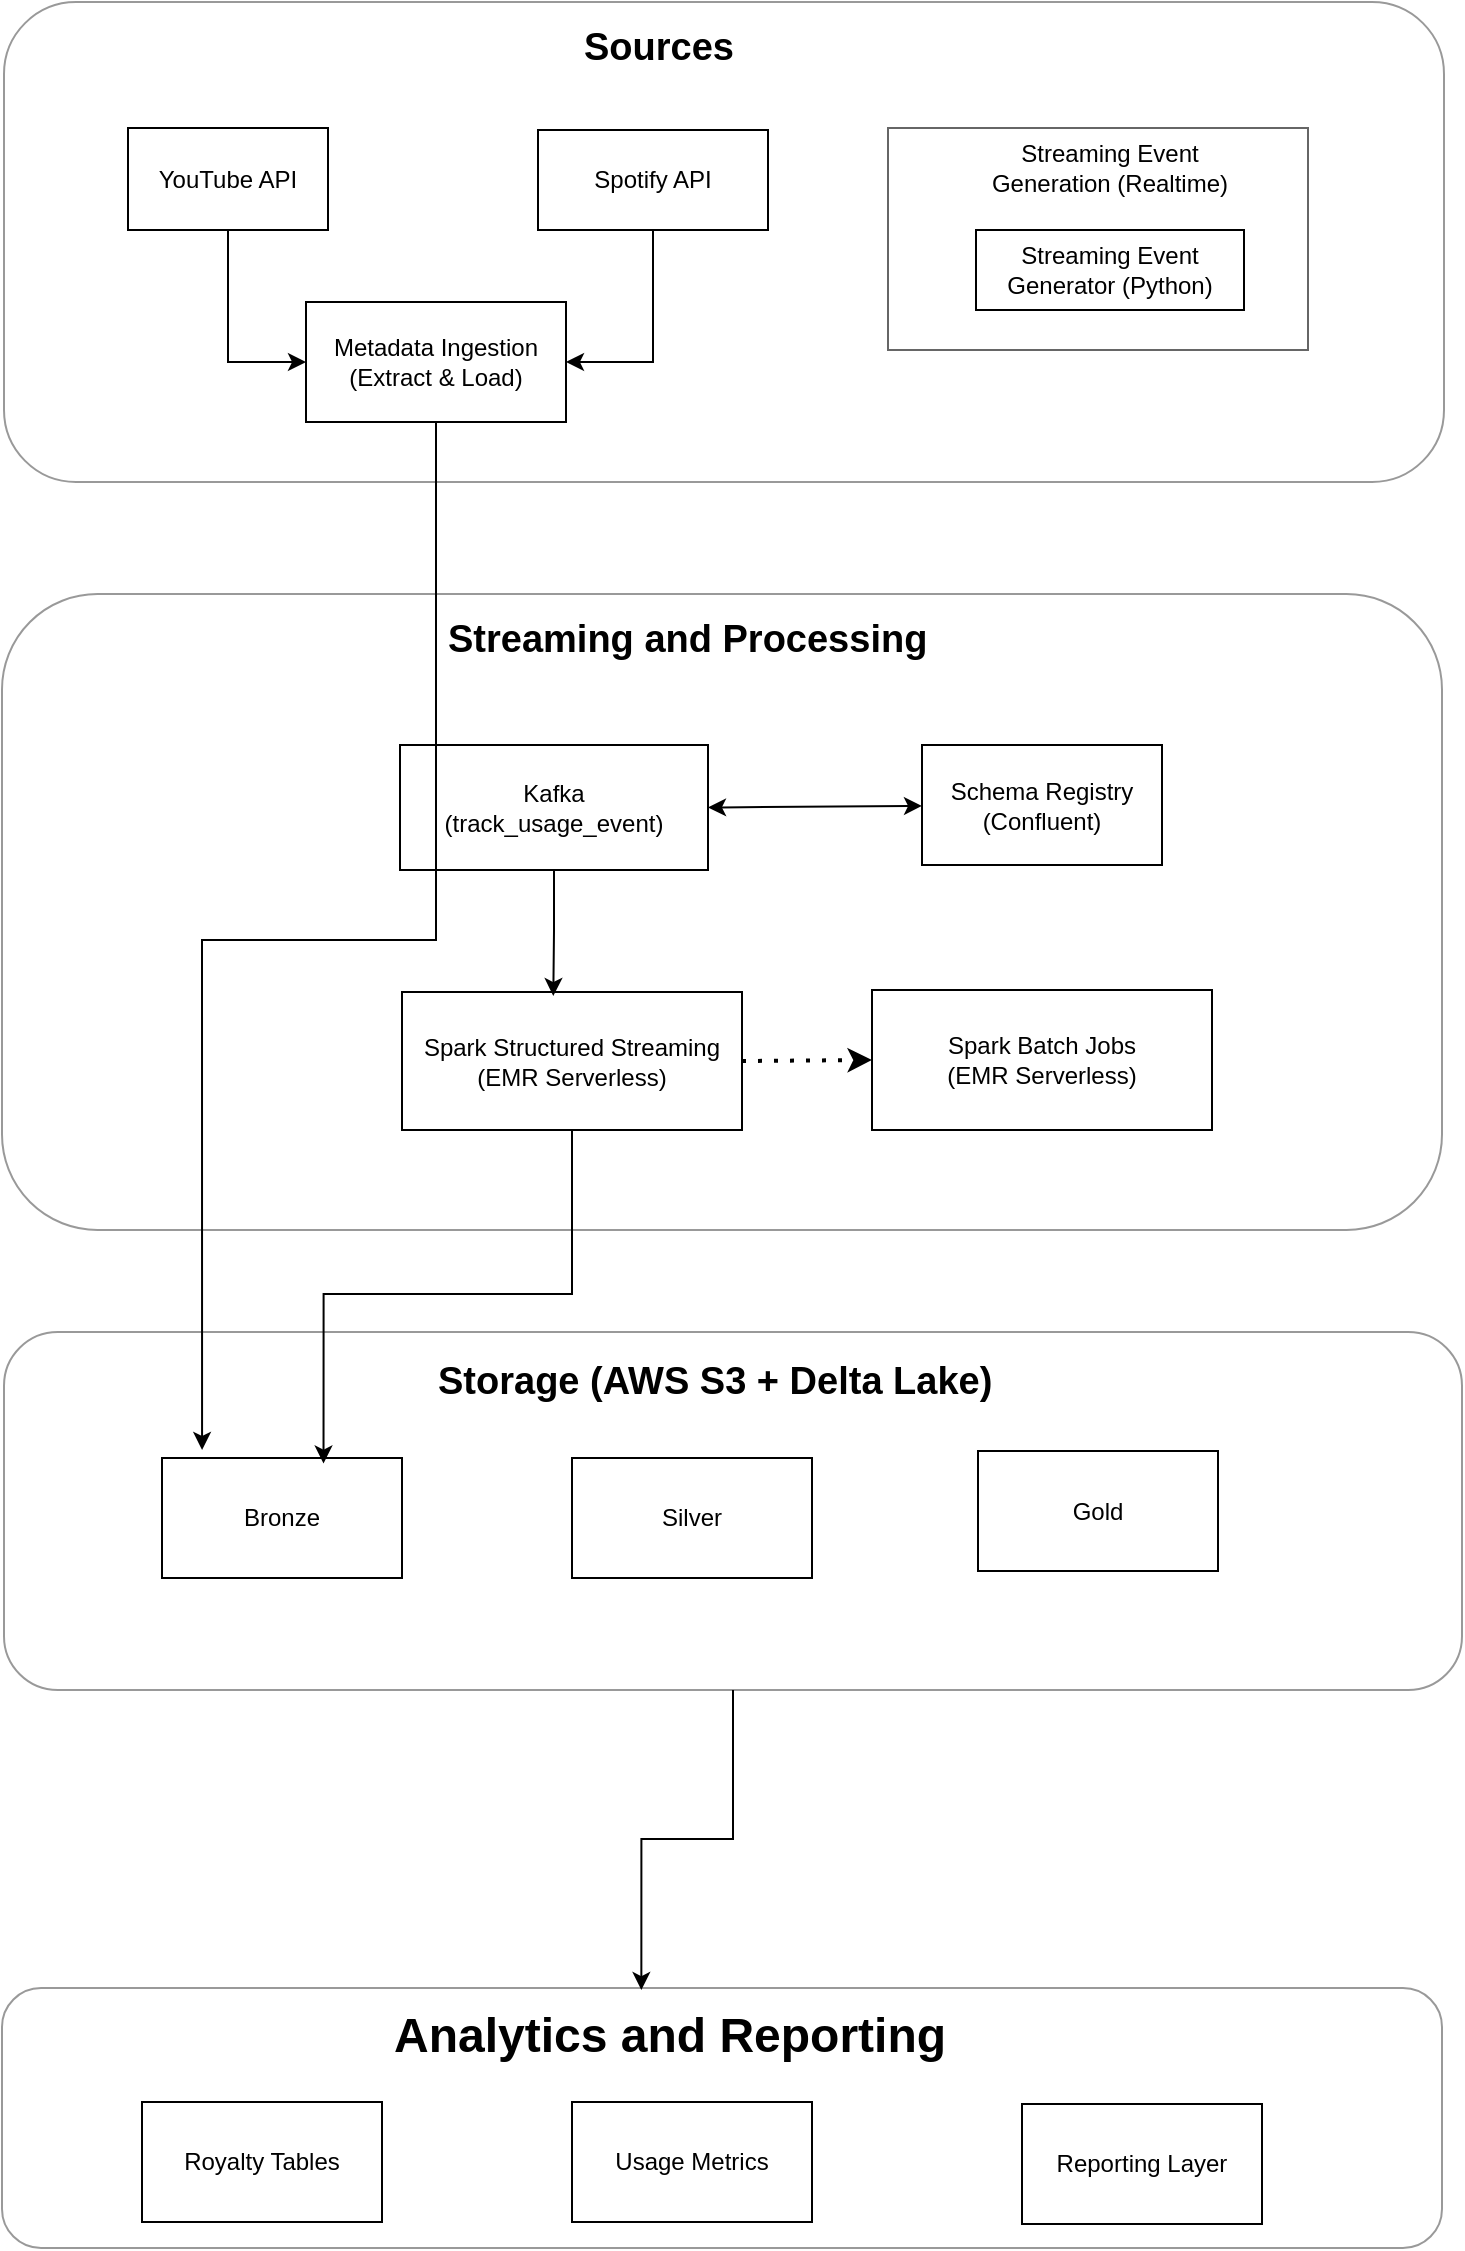
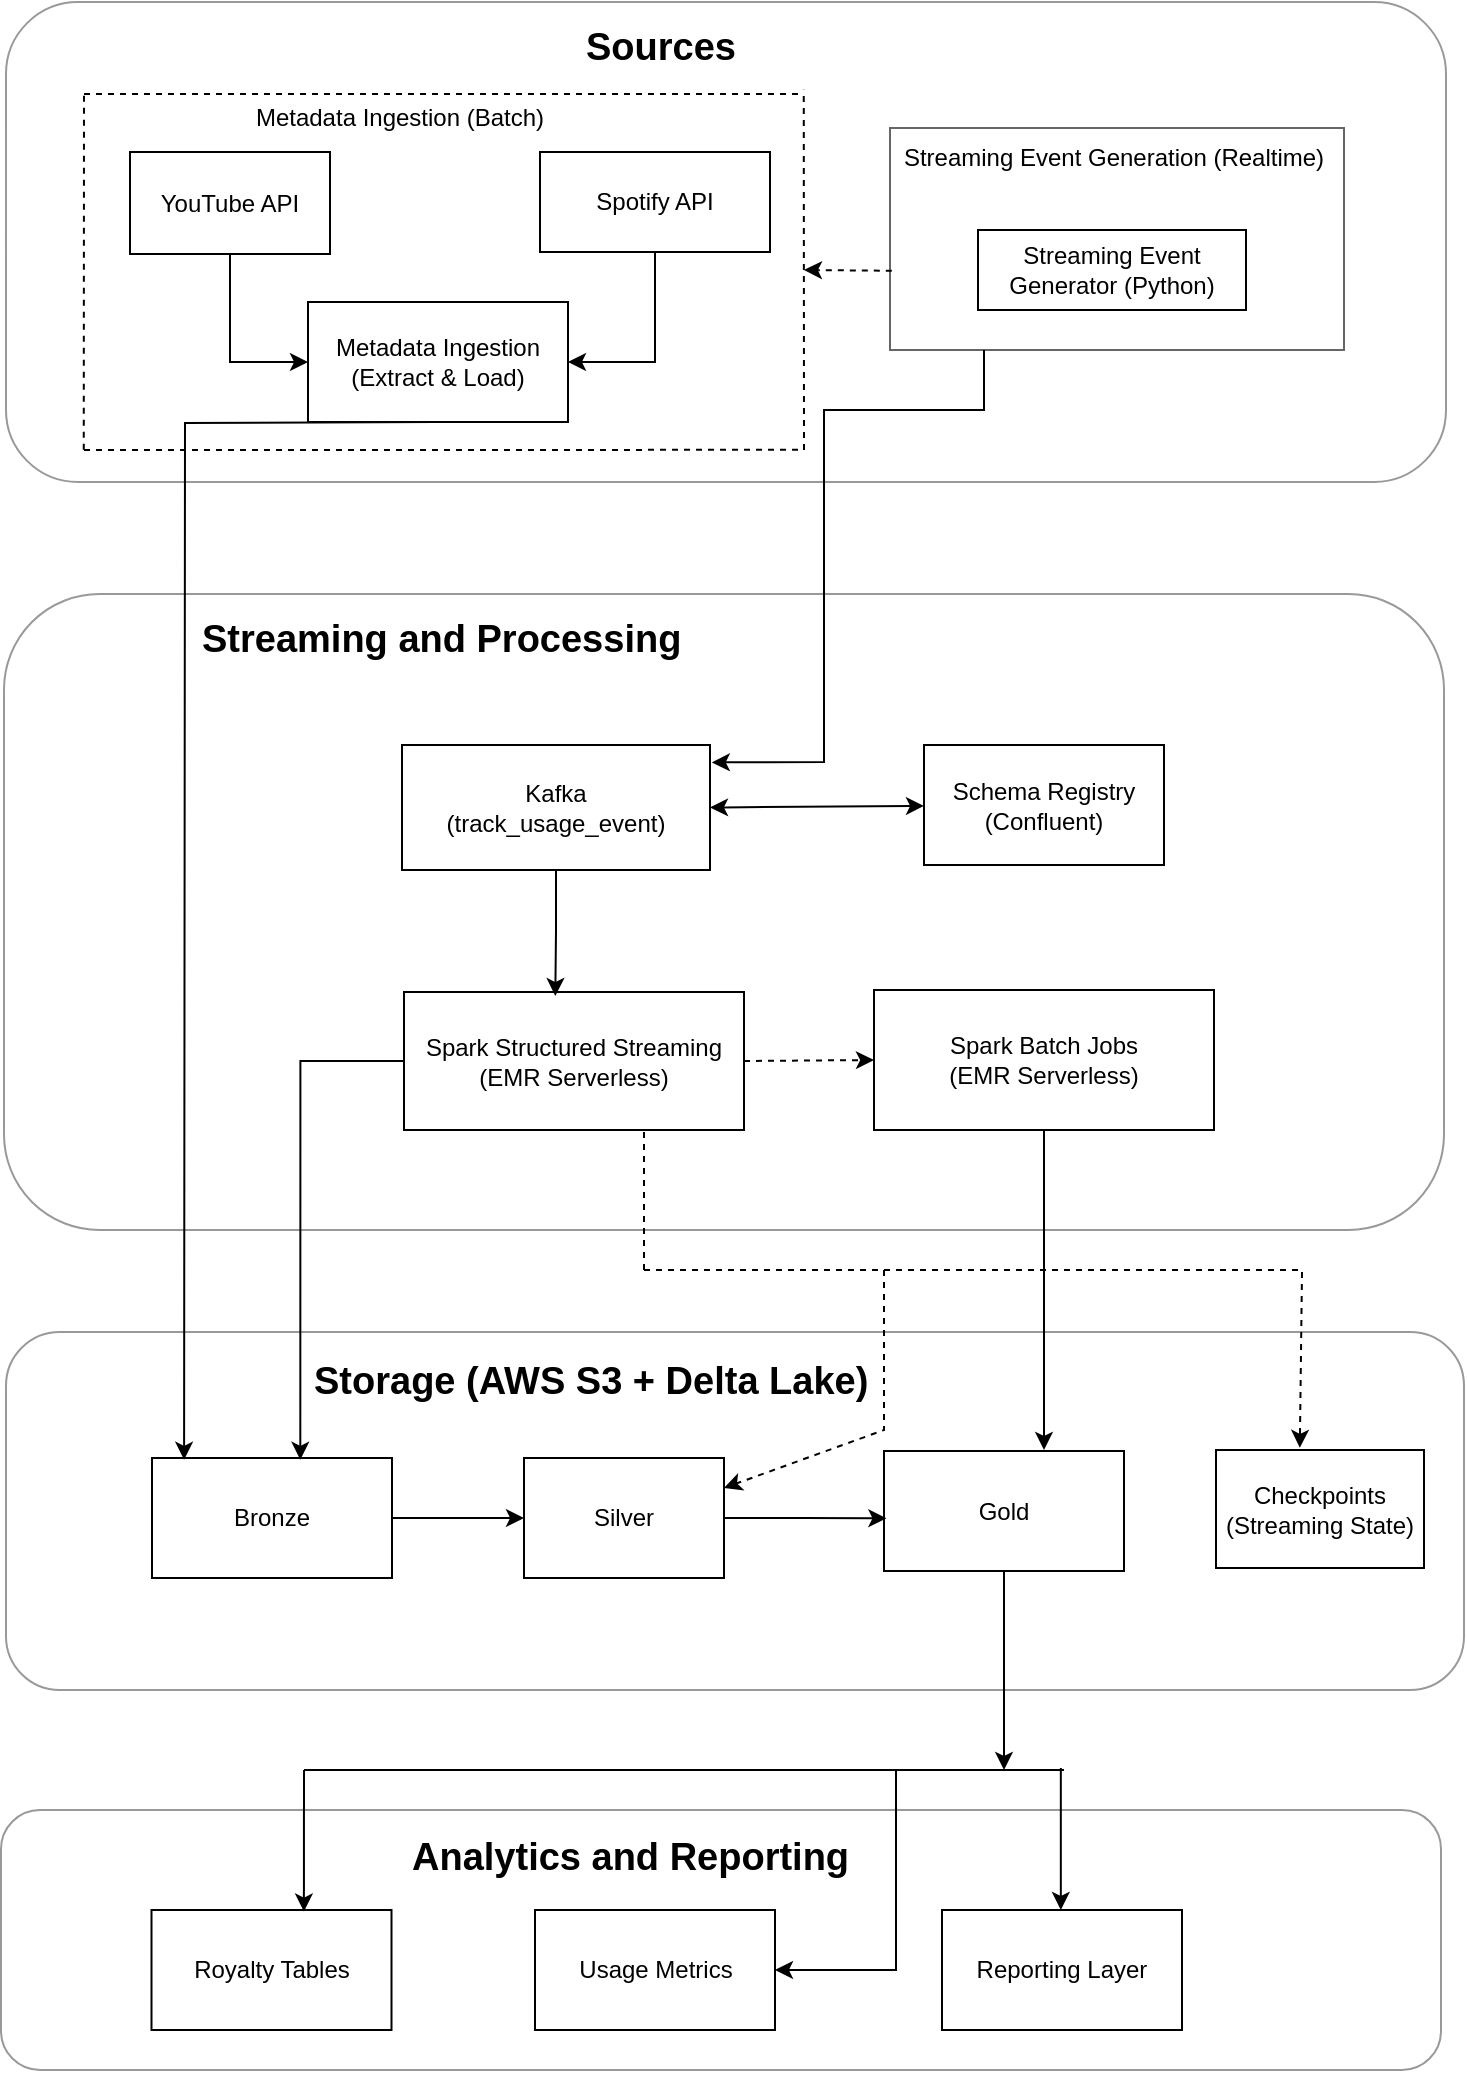
<mxfile host="app.diagrams.net">
  <diagram name="Page-1" id="oFeG0zoOzV-QR0_R3a6b">
-     <mxGraphModel dx="1212" dy="661" grid="1" gridSize="10" guides="1" tooltips="1" connect="1" arrows="1" fold="1" page="1" pageScale="1" pageWidth="827" pageHeight="1169" math="0" shadow="0">
+     <mxGraphModel dx="1144" dy="624" grid="1" gridSize="10" guides="1" tooltips="1" connect="1" arrows="1" fold="1" page="1" pageScale="1" pageWidth="827" pageHeight="1169" math="0" shadow="0">
      <root>
        <mxCell id="0" />
        <mxCell id="1" parent="0" />
        <mxCell id="xlxdwYvvvnf0uprzEdVM-5" parent="1" style="rounded=1;whiteSpace=wrap;html=1;opacity=40;" value="" vertex="1">
          <mxGeometry height="240" width="720" x="41" y="16" as="geometry" />
        </mxCell>
        <mxCell id="xlxdwYvvvnf0uprzEdVM-2" parent="1" style="rounded=0;whiteSpace=wrap;html=1;opacity=60;" value="" vertex="1">
-           <mxGeometry height="111" width="210" x="483" y="79" as="geometry" />
+           <mxGeometry height="111" width="227" x="483" y="79" as="geometry" />
        </mxCell>
        <mxCell id="xlxdwYvvvnf0uprzEdVM-45" edge="1" parent="1" source="xlxdwYvvvnf0uprzEdVM-1" style="edgeStyle=orthogonalEdgeStyle;rounded=0;orthogonalLoop=1;jettySize=auto;html=1;entryX=0;entryY=0.5;entryDx=0;entryDy=0;" target="xlxdwYvvvnf0uprzEdVM-44">
          <mxGeometry relative="1" as="geometry" />
        </mxCell>
+         <mxCell id="xlxdwYvvvnf0uprzEdVM-46" edge="1" parent="1" source="xlxdwYvvvnf0uprzEdVM-3" style="edgeStyle=orthogonalEdgeStyle;rounded=0;orthogonalLoop=1;jettySize=auto;html=1;entryX=1;entryY=0.5;entryDx=0;entryDy=0;" target="xlxdwYvvvnf0uprzEdVM-44">
+           <mxGeometry relative="1" as="geometry" />
+         </mxCell>
        <mxCell id="xlxdwYvvvnf0uprzEdVM-1" parent="1" style="rounded=0;whiteSpace=wrap;html=1;" value="YouTube API" vertex="1">
-           <mxGeometry height="51" width="100" x="103" y="79" as="geometry" />
-         </mxCell>
-         <mxCell id="xlxdwYvvvnf0uprzEdVM-46" edge="1" parent="1" source="xlxdwYvvvnf0uprzEdVM-3" style="edgeStyle=orthogonalEdgeStyle;rounded=0;orthogonalLoop=1;jettySize=auto;html=1;entryX=1;entryY=0.5;entryDx=0;entryDy=0;" target="xlxdwYvvvnf0uprzEdVM-44">
-           <mxGeometry relative="1" as="geometry" />
-         </mxCell>
-         <mxCell id="xlxdwYvvvnf0uprzEdVM-3" parent="1" style="rounded=0;whiteSpace=wrap;html=1;" value="Spotify API" vertex="1">
-           <mxGeometry height="50" width="115" x="308" y="80" as="geometry" />
+           <mxGeometry height="51" width="100" x="103" y="91" as="geometry" />
        </mxCell>
        <mxCell id="xlxdwYvvvnf0uprzEdVM-7" parent="1" style="rounded=1;whiteSpace=wrap;html=1;opacity=40;" value="" vertex="1">
          <mxGeometry height="318" width="720" x="40" y="312" as="geometry" />
        </mxCell>
        <mxCell id="xlxdwYvvvnf0uprzEdVM-11" parent="1" style="rounded=0;whiteSpace=wrap;html=1;" value="Kafka&lt;div&gt;(track_usage_event)&lt;/div&gt;" vertex="1">
          <mxGeometry height="62.5" width="154" x="239" y="387.5" as="geometry" />
        </mxCell>
        <mxCell id="xlxdwYvvvnf0uprzEdVM-12" parent="1" style="rounded=0;whiteSpace=wrap;html=1;" value="Spark Structured Streaming&lt;br&gt;(EMR Serverless)" vertex="1">
          <mxGeometry height="69" width="170" x="240" y="511" as="geometry" />
        </mxCell>
+         <mxCell id="xlxdwYvvvnf0uprzEdVM-3" parent="1" style="rounded=0;whiteSpace=wrap;html=1;" value="Spotify API" vertex="1">
+           <mxGeometry height="50" width="115" x="308" y="91" as="geometry" />
+         </mxCell>
        <mxCell id="xlxdwYvvvnf0uprzEdVM-13" parent="1" style="rounded=0;whiteSpace=wrap;html=1;" value="Spark Batch Jobs&lt;div&gt;(EMR Serverless)&lt;/div&gt;" vertex="1">
          <mxGeometry height="70" width="170" x="475" y="510" as="geometry" />
        </mxCell>
        <mxCell id="xlxdwYvvvnf0uprzEdVM-17" parent="1" style="rounded=1;whiteSpace=wrap;html=1;opacity=40;" value="" vertex="1">
          <mxGeometry height="179" width="729" x="41" y="681" as="geometry" />
        </mxCell>
+         <mxCell id="xlxdwYvvvnf0uprzEdVM-69" edge="1" parent="1" source="xlxdwYvvvnf0uprzEdVM-19" style="edgeStyle=orthogonalEdgeStyle;rounded=0;orthogonalLoop=1;jettySize=auto;html=1;" target="xlxdwYvvvnf0uprzEdVM-20">
+           <mxGeometry relative="1" as="geometry" />
+         </mxCell>
        <mxCell id="xlxdwYvvvnf0uprzEdVM-19" parent="1" style="rounded=0;whiteSpace=wrap;html=1;" value="Bronze" vertex="1">
-           <mxGeometry height="60" width="120" x="120" y="744" as="geometry" />
+           <mxGeometry height="60" width="120" x="114" y="744" as="geometry" />
        </mxCell>
        <mxCell id="xlxdwYvvvnf0uprzEdVM-20" parent="1" style="rounded=0;whiteSpace=wrap;html=1;" value="Silver" vertex="1">
-           <mxGeometry height="60" width="120" x="325" y="744" as="geometry" />
+           <mxGeometry height="60" width="100" x="300" y="744" as="geometry" />
+         </mxCell>
+         <mxCell id="xlxdwYvvvnf0uprzEdVM-74" edge="1" parent="1" source="xlxdwYvvvnf0uprzEdVM-21" style="edgeStyle=orthogonalEdgeStyle;rounded=0;orthogonalLoop=1;jettySize=auto;html=1;">
+           <mxGeometry relative="1" as="geometry">
+             <mxPoint x="540" y="900" as="targetPoint" />
+           </mxGeometry>
        </mxCell>
        <mxCell id="xlxdwYvvvnf0uprzEdVM-21" parent="1" style="rounded=0;whiteSpace=wrap;html=1;" value="Gold" vertex="1">
-           <mxGeometry height="60" width="120" x="528" y="740.5" as="geometry" />
+           <mxGeometry height="60" width="120" x="480" y="740.5" as="geometry" />
        </mxCell>
        <mxCell id="xlxdwYvvvnf0uprzEdVM-29" parent="1" style="text;html=1;whiteSpace=wrap;overflow=hidden;rounded=0;" value="&lt;h1 style=&quot;margin-top: 0px;&quot;&gt;&lt;font style=&quot;font-size: 19px;&quot;&gt;Sources&lt;/font&gt;&lt;/h1&gt;" vertex="1">
          <mxGeometry height="41" width="77" x="329" y="16" as="geometry" />
        </mxCell>
        <mxCell id="xlxdwYvvvnf0uprzEdVM-30" parent="1" style="text;html=1;whiteSpace=wrap;overflow=hidden;rounded=0;" value="&lt;h1 style=&quot;margin-top: 0px;&quot;&gt;&lt;font style=&quot;font-size: 19px;&quot;&gt;Streaming and Processing&lt;/font&gt;&lt;/h1&gt;" vertex="1">
-           <mxGeometry height="44" width="248" x="261" y="312" as="geometry" />
+           <mxGeometry height="44" width="248" x="137" y="312" as="geometry" />
        </mxCell>
        <mxCell id="xlxdwYvvvnf0uprzEdVM-31" parent="1" style="text;html=1;whiteSpace=wrap;overflow=hidden;rounded=0;" value="&lt;h1 style=&quot;margin-top: 0px;&quot;&gt;&lt;font style=&quot;font-size: 19px;&quot;&gt;Storage (AWS S3 + Delta Lake)&lt;/font&gt;&lt;/h1&gt;" vertex="1">
-           <mxGeometry height="36" width="285" x="256" y="683" as="geometry" />
+           <mxGeometry height="36" width="285" x="193" y="683" as="geometry" />
        </mxCell>
        <mxCell id="xlxdwYvvvnf0uprzEdVM-32" parent="1" style="rounded=1;whiteSpace=wrap;html=1;opacity=40;" value="" vertex="1">
-           <mxGeometry height="130" width="720" x="40" y="1009" as="geometry" />
-         </mxCell>
-         <mxCell id="xlxdwYvvvnf0uprzEdVM-34" parent="1" style="text;html=1;whiteSpace=wrap;overflow=hidden;rounded=0;" value="&lt;h1 style=&quot;margin-top: 0px;&quot;&gt;Analytics and Reporting&lt;/h1&gt;" vertex="1">
-           <mxGeometry height="35" width="300.25" x="233.75" y="1012" as="geometry" />
+           <mxGeometry height="130" width="720" x="38.5" y="920" as="geometry" />
+         </mxCell>
+         <mxCell id="xlxdwYvvvnf0uprzEdVM-34" parent="1" style="text;html=1;whiteSpace=wrap;overflow=hidden;rounded=0;" value="&lt;h1 style=&quot;margin-top: 0px;&quot;&gt;&lt;font style=&quot;font-size: 19px;&quot;&gt;Analytics and Reporting&lt;/font&gt;&lt;/h1&gt;" vertex="1">
+           <mxGeometry height="35" width="238.25" x="241.75" y="921" as="geometry" />
        </mxCell>
        <mxCell id="xlxdwYvvvnf0uprzEdVM-35" parent="1" style="rounded=0;whiteSpace=wrap;html=1;" value="Royalty Tables" vertex="1">
-           <mxGeometry height="60" width="120" x="110" y="1066" as="geometry" />
+           <mxGeometry height="60" width="120" x="113.75" y="970" as="geometry" />
        </mxCell>
        <mxCell id="xlxdwYvvvnf0uprzEdVM-36" parent="1" style="rounded=0;whiteSpace=wrap;html=1;" value="Usage Metrics" vertex="1">
-           <mxGeometry height="60" width="120" x="325" y="1066" as="geometry" />
+           <mxGeometry height="60" width="120" x="305.5" y="970" as="geometry" />
        </mxCell>
        <mxCell id="xlxdwYvvvnf0uprzEdVM-37" parent="1" style="rounded=0;whiteSpace=wrap;html=1;" value="Reporting Layer" vertex="1">
-           <mxGeometry height="60" width="120" x="550" y="1067" as="geometry" />
-         </mxCell>
-         <mxCell id="xlxdwYvvvnf0uprzEdVM-40" edge="1" parent="1" source="xlxdwYvvvnf0uprzEdVM-17" style="edgeStyle=orthogonalEdgeStyle;rounded=0;orthogonalLoop=1;jettySize=auto;html=1;entryX=0.444;entryY=0.008;entryDx=0;entryDy=0;entryPerimeter=0;" target="xlxdwYvvvnf0uprzEdVM-32">
-           <mxGeometry relative="1" as="geometry" />
+           <mxGeometry height="60" width="120" x="509" y="970" as="geometry" />
+         </mxCell>
+         <mxCell id="xlxdwYvvvnf0uprzEdVM-47" parent="1" style="text;html=1;whiteSpace=wrap;strokeColor=none;fillColor=none;align=center;verticalAlign=middle;rounded=0;" value="Streaming Event Generation (Realtime)" vertex="1">
+           <mxGeometry height="30" width="230" x="480" y="79" as="geometry" />
+         </mxCell>
+         <mxCell id="xlxdwYvvvnf0uprzEdVM-48" parent="1" style="rounded=0;whiteSpace=wrap;html=1;" value="Streaming Event Generator (Python)" vertex="1">
+           <mxGeometry height="40" width="134" x="527" y="130" as="geometry" />
        </mxCell>
        <mxCell id="xlxdwYvvvnf0uprzEdVM-44" parent="1" style="rounded=0;whiteSpace=wrap;html=1;" value="Metadata Ingestion&lt;div&gt;(Extract &amp;amp; Load)&lt;/div&gt;" vertex="1">
          <mxGeometry height="60" width="130" x="192" y="166" as="geometry" />
        </mxCell>
-         <mxCell id="xlxdwYvvvnf0uprzEdVM-47" parent="1" style="text;html=1;whiteSpace=wrap;strokeColor=none;fillColor=none;align=center;verticalAlign=middle;rounded=0;" value="Streaming Event Generation (Realtime)" vertex="1">
-           <mxGeometry height="30" width="140" x="524" y="84" as="geometry" />
-         </mxCell>
-         <mxCell id="xlxdwYvvvnf0uprzEdVM-48" parent="1" style="rounded=0;whiteSpace=wrap;html=1;" value="Streaming Event Generator (Python)" vertex="1">
-           <mxGeometry height="40" width="134" x="527" y="130" as="geometry" />
-         </mxCell>
        <mxCell id="xlxdwYvvvnf0uprzEdVM-54" parent="1" style="rounded=0;whiteSpace=wrap;html=1;" value="Schema Registry&lt;div&gt;(Confluent)&lt;/div&gt;" vertex="1">
          <mxGeometry height="60" width="120" x="500" y="387.5" as="geometry" />
        </mxCell>
        <mxCell id="xlxdwYvvvnf0uprzEdVM-56" edge="1" parent="1" source="xlxdwYvvvnf0uprzEdVM-11" style="endArrow=classic;startArrow=classic;html=1;rounded=0;exitX=1;exitY=0.5;exitDx=0;exitDy=0;" target="xlxdwYvvvnf0uprzEdVM-54" value="">
          <mxGeometry height="50" relative="1" width="50" as="geometry">
            <mxPoint x="410" y="461" as="sourcePoint" />
            <mxPoint x="460" y="411" as="targetPoint" />
          </mxGeometry>
        </mxCell>
        <mxCell id="xlxdwYvvvnf0uprzEdVM-57" edge="1" parent="1" source="xlxdwYvvvnf0uprzEdVM-11" style="edgeStyle=orthogonalEdgeStyle;rounded=0;orthogonalLoop=1;jettySize=auto;html=1;entryX=0.445;entryY=0.029;entryDx=0;entryDy=0;entryPerimeter=0;" target="xlxdwYvvvnf0uprzEdVM-12">
          <mxGeometry relative="1" as="geometry" />
        </mxCell>
-         <mxCell id="xlxdwYvvvnf0uprzEdVM-58" edge="1" parent="1" source="xlxdwYvvvnf0uprzEdVM-12" style="endArrow=classic;dashed=1;html=1;dashPattern=1 3;strokeWidth=2;rounded=0;entryX=0;entryY=0.5;entryDx=0;entryDy=0;exitX=1;exitY=0.5;exitDx=0;exitDy=0;endFill=1;" target="xlxdwYvvvnf0uprzEdVM-13" value="">
-           <mxGeometry height="50" relative="1" width="50" as="geometry">
-             <mxPoint x="410" y="560" as="sourcePoint" />
-             <mxPoint x="460" y="510" as="targetPoint" />
-           </mxGeometry>
-         </mxCell>
-         <mxCell id="xlxdwYvvvnf0uprzEdVM-60" edge="1" parent="1" source="xlxdwYvvvnf0uprzEdVM-12" style="edgeStyle=orthogonalEdgeStyle;rounded=0;orthogonalLoop=1;jettySize=auto;html=1;entryX=0.673;entryY=0.046;entryDx=0;entryDy=0;entryPerimeter=0;" target="xlxdwYvvvnf0uprzEdVM-19">
-           <mxGeometry relative="1" as="geometry" />
-         </mxCell>
-         <mxCell id="xlxdwYvvvnf0uprzEdVM-61" edge="1" parent="1" source="xlxdwYvvvnf0uprzEdVM-44" style="edgeStyle=orthogonalEdgeStyle;rounded=0;orthogonalLoop=1;jettySize=auto;html=1;entryX=0.167;entryY=-0.067;entryDx=0;entryDy=0;entryPerimeter=0;" target="xlxdwYvvvnf0uprzEdVM-19">
-           <mxGeometry relative="1" as="geometry" />
+         <mxCell id="xlxdwYvvvnf0uprzEdVM-62" edge="1" parent="1" source="xlxdwYvvvnf0uprzEdVM-12" style="edgeStyle=orthogonalEdgeStyle;rounded=0;orthogonalLoop=1;jettySize=auto;html=1;entryX=0.618;entryY=0.015;entryDx=0;entryDy=0;entryPerimeter=0;" target="xlxdwYvvvnf0uprzEdVM-19">
+           <mxGeometry relative="1" as="geometry" />
+         </mxCell>
+         <mxCell id="xlxdwYvvvnf0uprzEdVM-63" parent="1" style="rounded=0;whiteSpace=wrap;html=1;" value="Checkpoints&lt;br&gt;(Streaming State)" vertex="1">
+           <mxGeometry height="59" width="104" x="646" y="740" as="geometry" />
+         </mxCell>
+         <mxCell id="xlxdwYvvvnf0uprzEdVM-67" edge="1" parent="1" style="edgeStyle=orthogonalEdgeStyle;rounded=0;orthogonalLoop=1;jettySize=auto;html=1;entryX=0.142;entryY=0.015;entryDx=0;entryDy=0;entryPerimeter=0;">
+           <mxGeometry relative="1" as="geometry">
+             <mxPoint x="255.94117647058806" y="225.9999999999999" as="sourcePoint" />
+             <mxPoint x="130.03999999999974" y="744.9000000000001" as="targetPoint" />
+           </mxGeometry>
+         </mxCell>
+         <mxCell id="xlxdwYvvvnf0uprzEdVM-68" edge="1" parent="1" source="xlxdwYvvvnf0uprzEdVM-13" style="edgeStyle=orthogonalEdgeStyle;rounded=0;orthogonalLoop=1;jettySize=auto;html=1;">
+           <mxGeometry relative="1" as="geometry">
+             <mxPoint x="560" y="740" as="targetPoint" />
+           </mxGeometry>
+         </mxCell>
+         <mxCell id="xlxdwYvvvnf0uprzEdVM-75" edge="1" parent="1" style="endArrow=none;html=1;rounded=0;" value="">
+           <mxGeometry height="50" relative="1" width="50" as="geometry">
+             <mxPoint x="190" y="900" as="sourcePoint" />
+             <mxPoint x="570" y="900" as="targetPoint" />
+           </mxGeometry>
+         </mxCell>
+         <mxCell id="xlxdwYvvvnf0uprzEdVM-82" edge="1" parent="1" style="endArrow=classic;html=1;rounded=0;entryX=0.685;entryY=0.013;entryDx=0;entryDy=0;entryPerimeter=0;" value="">
+           <mxGeometry height="50" relative="1" width="50" as="geometry">
+             <mxPoint x="190" y="900" as="sourcePoint" />
+             <mxPoint x="189.95" y="970.7800000000002" as="targetPoint" />
+           </mxGeometry>
+         </mxCell>
+         <mxCell id="xlxdwYvvvnf0uprzEdVM-83" edge="1" parent="1" style="endArrow=classic;html=1;rounded=0;entryX=0.685;entryY=0.013;entryDx=0;entryDy=0;entryPerimeter=0;" value="">
+           <mxGeometry height="50" relative="1" width="50" as="geometry">
+             <mxPoint x="568.41" y="899" as="sourcePoint" />
+             <mxPoint x="568.41" y="970" as="targetPoint" />
+           </mxGeometry>
+         </mxCell>
+         <mxCell id="xlxdwYvvvnf0uprzEdVM-84" edge="1" parent="1" style="endArrow=classic;html=1;rounded=0;entryX=1;entryY=0.5;entryDx=0;entryDy=0;" target="xlxdwYvvvnf0uprzEdVM-36" value="">
+           <mxGeometry height="50" relative="1" width="50" as="geometry">
+             <Array as="points">
+               <mxPoint x="486" y="1000" />
+             </Array>
+             <mxPoint x="486" y="900" as="sourcePoint" />
+             <mxPoint x="431.5" y="1000" as="targetPoint" />
+           </mxGeometry>
+         </mxCell>
+         <mxCell id="xlxdwYvvvnf0uprzEdVM-86" edge="1" parent="1" style="endArrow=none;dashed=1;html=1;rounded=0;" value="">
+           <mxGeometry height="50" relative="1" width="50" as="geometry">
+             <mxPoint x="360" y="650" as="sourcePoint" />
+             <mxPoint x="360" y="580" as="targetPoint" />
+           </mxGeometry>
+         </mxCell>
+         <mxCell id="xlxdwYvvvnf0uprzEdVM-88" edge="1" parent="1" source="xlxdwYvvvnf0uprzEdVM-12" style="endArrow=classic;dashed=1;html=1;rounded=0;entryX=0;entryY=0.5;entryDx=0;entryDy=0;exitX=1;exitY=0.5;exitDx=0;exitDy=0;endFill=1;" target="xlxdwYvvvnf0uprzEdVM-13" value="">
+           <mxGeometry height="50" relative="1" width="50" as="geometry">
+             <mxPoint x="409" y="571" as="sourcePoint" />
+             <mxPoint x="459" y="521" as="targetPoint" />
+           </mxGeometry>
+         </mxCell>
+         <mxCell id="xlxdwYvvvnf0uprzEdVM-89" edge="1" parent="1" style="endArrow=none;dashed=1;html=1;rounded=0;" value="">
+           <mxGeometry height="50" relative="1" width="50" as="geometry">
+             <mxPoint x="360" y="650" as="sourcePoint" />
+             <mxPoint x="690" y="650" as="targetPoint" />
+           </mxGeometry>
+         </mxCell>
+         <mxCell id="xlxdwYvvvnf0uprzEdVM-91" edge="1" parent="1" style="endArrow=classic;dashed=1;html=1;rounded=0;entryX=0.403;entryY=-0.035;entryDx=0;entryDy=0;entryPerimeter=0;endFill=1;" value="">
+           <mxGeometry height="50" relative="1" width="50" as="geometry">
+             <mxPoint x="689" y="651" as="sourcePoint" />
+             <mxPoint x="687.912" y="738.935" as="targetPoint" />
+           </mxGeometry>
+         </mxCell>
+         <mxCell id="xlxdwYvvvnf0uprzEdVM-92" edge="1" parent="1" style="endArrow=classic;dashed=1;html=1;rounded=0;entryX=1;entryY=0.25;entryDx=0;entryDy=0;endFill=1;" target="xlxdwYvvvnf0uprzEdVM-20" value="">
+           <mxGeometry height="50" relative="1" width="50" as="geometry">
+             <Array as="points">
+               <mxPoint x="480" y="730" />
+             </Array>
+             <mxPoint x="480" y="650" as="sourcePoint" />
+             <mxPoint x="514" y="660" as="targetPoint" />
+           </mxGeometry>
+         </mxCell>
+         <mxCell id="xlxdwYvvvnf0uprzEdVM-94" edge="1" parent="1" source="xlxdwYvvvnf0uprzEdVM-20" style="edgeStyle=orthogonalEdgeStyle;rounded=0;orthogonalLoop=1;jettySize=auto;html=1;entryX=0.01;entryY=0.561;entryDx=0;entryDy=0;entryPerimeter=0;" target="xlxdwYvvvnf0uprzEdVM-21">
+           <mxGeometry relative="1" as="geometry" />
+         </mxCell>
+         <mxCell id="xlxdwYvvvnf0uprzEdVM-95" edge="1" parent="1" style="endArrow=classic;html=1;rounded=0;entryX=1.006;entryY=0.139;entryDx=0;entryDy=0;entryPerimeter=0;" value="">
+           <mxGeometry height="50" relative="1" width="50" as="geometry">
+             <Array as="points">
+               <mxPoint x="530" y="220" />
+               <mxPoint x="450" y="220" />
+               <mxPoint x="450" y="396" />
+             </Array>
+             <mxPoint x="530" y="190" as="sourcePoint" />
+             <mxPoint x="393.9240000000001" y="396.1875000000001" as="targetPoint" />
+           </mxGeometry>
+         </mxCell>
+         <mxCell id="xlxdwYvvvnf0uprzEdVM-99" edge="1" parent="1" style="endArrow=none;dashed=1;html=1;rounded=0;" value="">
+           <mxGeometry height="50" relative="1" width="50" as="geometry">
+             <mxPoint x="80" y="62" as="sourcePoint" />
+             <mxPoint x="440" y="62" as="targetPoint" />
+           </mxGeometry>
+         </mxCell>
+         <mxCell id="xlxdwYvvvnf0uprzEdVM-100" edge="1" parent="1" source="xlxdwYvvvnf0uprzEdVM-5" style="endArrow=none;dashed=1;html=1;rounded=0;exitX=0.054;exitY=0.933;exitDx=0;exitDy=0;exitPerimeter=0;" value="">
+           <mxGeometry height="50" relative="1" width="50" as="geometry">
+             <mxPoint x="71" y="205" as="sourcePoint" />
+             <mxPoint x="80" y="60" as="targetPoint" />
+           </mxGeometry>
+         </mxCell>
+         <mxCell id="xlxdwYvvvnf0uprzEdVM-101" edge="1" parent="1" style="endArrow=none;dashed=1;html=1;rounded=0;entryX=0.554;entryY=0.933;entryDx=0;entryDy=0;entryPerimeter=0;" target="xlxdwYvvvnf0uprzEdVM-5" value="">
+           <mxGeometry height="50" relative="1" width="50" as="geometry">
+             <mxPoint x="80" y="240" as="sourcePoint" />
+             <mxPoint x="351" y="195" as="targetPoint" />
+           </mxGeometry>
+         </mxCell>
+         <mxCell id="xlxdwYvvvnf0uprzEdVM-102" edge="1" parent="1" style="endArrow=none;dashed=1;html=1;rounded=0;entryX=0.554;entryY=0.183;entryDx=0;entryDy=0;entryPerimeter=0;" target="xlxdwYvvvnf0uprzEdVM-5" value="">
+           <mxGeometry height="50" relative="1" width="50" as="geometry">
+             <mxPoint x="440" y="240" as="sourcePoint" />
+             <mxPoint x="465" y="170" as="targetPoint" />
+           </mxGeometry>
+         </mxCell>
+         <mxCell id="xlxdwYvvvnf0uprzEdVM-103" edge="1" parent="1" source="xlxdwYvvvnf0uprzEdVM-2" style="endArrow=classic;dashed=1;html=1;rounded=0;exitX=0.004;exitY=0.643;exitDx=0;exitDy=0;exitPerimeter=0;endFill=1;" value="">
+           <mxGeometry height="50" relative="1" width="50" as="geometry">
+             <mxPoint x="417" y="220" as="sourcePoint" />
+             <mxPoint x="440" y="150" as="targetPoint" />
+           </mxGeometry>
+         </mxCell>
+         <mxCell id="xlxdwYvvvnf0uprzEdVM-104" parent="1" style="text;html=1;whiteSpace=wrap;strokeColor=none;fillColor=none;align=center;verticalAlign=middle;rounded=0;" value="Metadata Ingestion (Batch)" vertex="1">
+           <mxGeometry height="30" width="170" x="153" y="59" as="geometry" />
        </mxCell>
      </root>
    </mxGraphModel>
  </diagram>
</mxfile>
